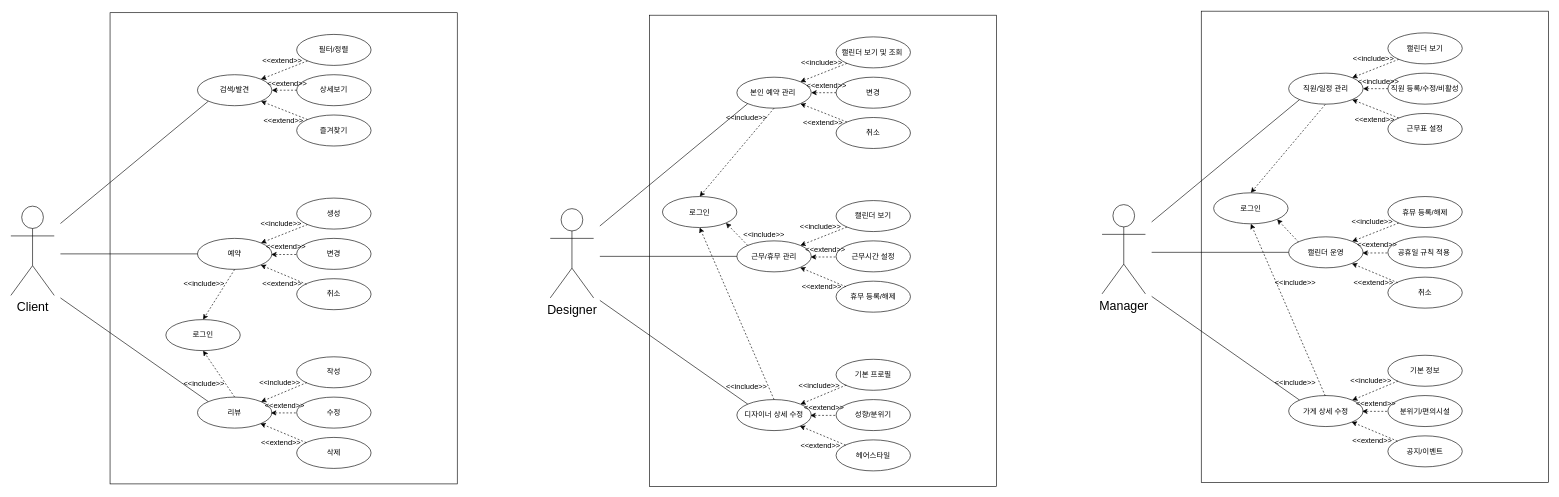
Before: 웹 기반 미용 예약 시스템 Use Case Diagram.drawio in HyoChan1117/team-web-basics, a draw.io diagram. Source tidied: cells renumbered, new cells numbered last; positions are measured from the earlier drawing's top-left corner, leaving out a move shared by most shapes. Both pictures are drawn from the tidied source at 62%, with x=0, y=0 at pixel (11, 11).
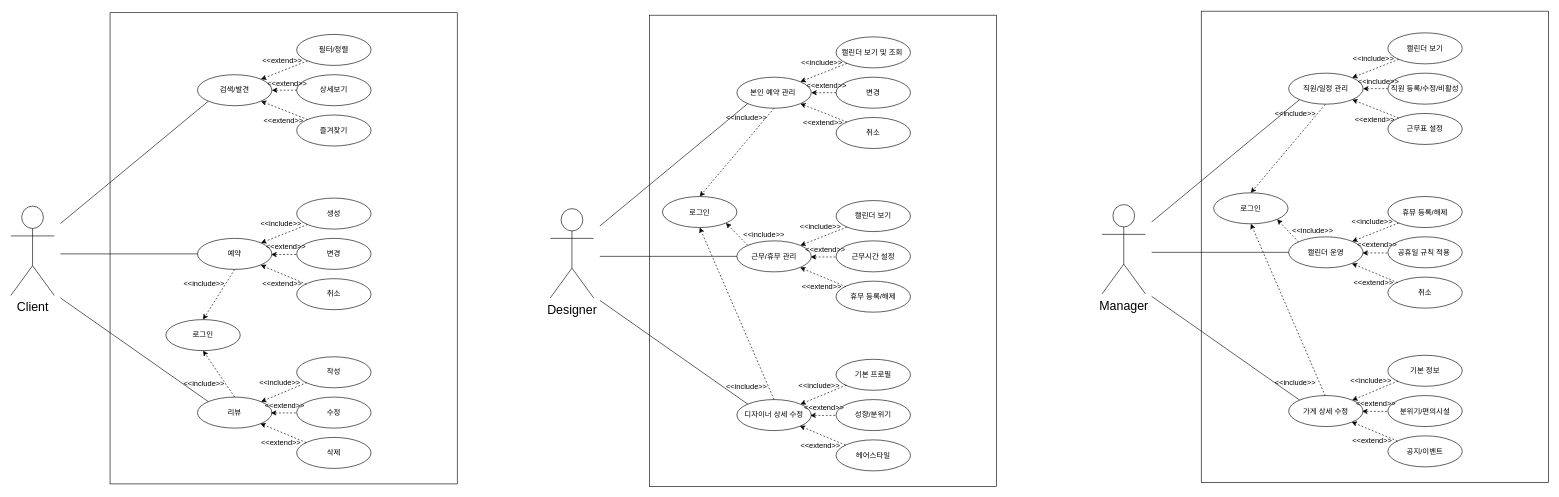
After the change.

Commit message:
웹 기반 미용 예약 시스템 Use Case Diagram.drawio 업데이트

The edit, as a diff of the source:
```diff
@@
-    <mxCell id="117" value="&amp;lt;&amp;lt;include&amp;gt;&amp;gt;" style="text;html=1;align=center;verticalAlign=middle;whiteSpace=wrap;rounded=0;" parent="1" vertex="1">
-      <mxGeometry x="2029" y="422" width="86" height="30" as="geometry" />
-    </mxCell>
@@
+    <mxCell id="125" value="&amp;lt;&amp;lt;include&amp;gt;&amp;gt;" style="text;html=1;align=center;verticalAlign=middle;whiteSpace=wrap;rounded=0;" parent="1" vertex="1">
+      <mxGeometry x="2057" y="338.5" width="86" height="30" as="geometry" />
+    </mxCell>
+    <mxCell id="126" value="&amp;lt;&amp;lt;include&amp;gt;&amp;gt;" style="text;html=1;align=center;verticalAlign=middle;whiteSpace=wrap;rounded=0;" parent="1" vertex="1">
+      <mxGeometry x="2029" y="150" width="86" height="30" as="geometry" />
+    </mxCell>
```
